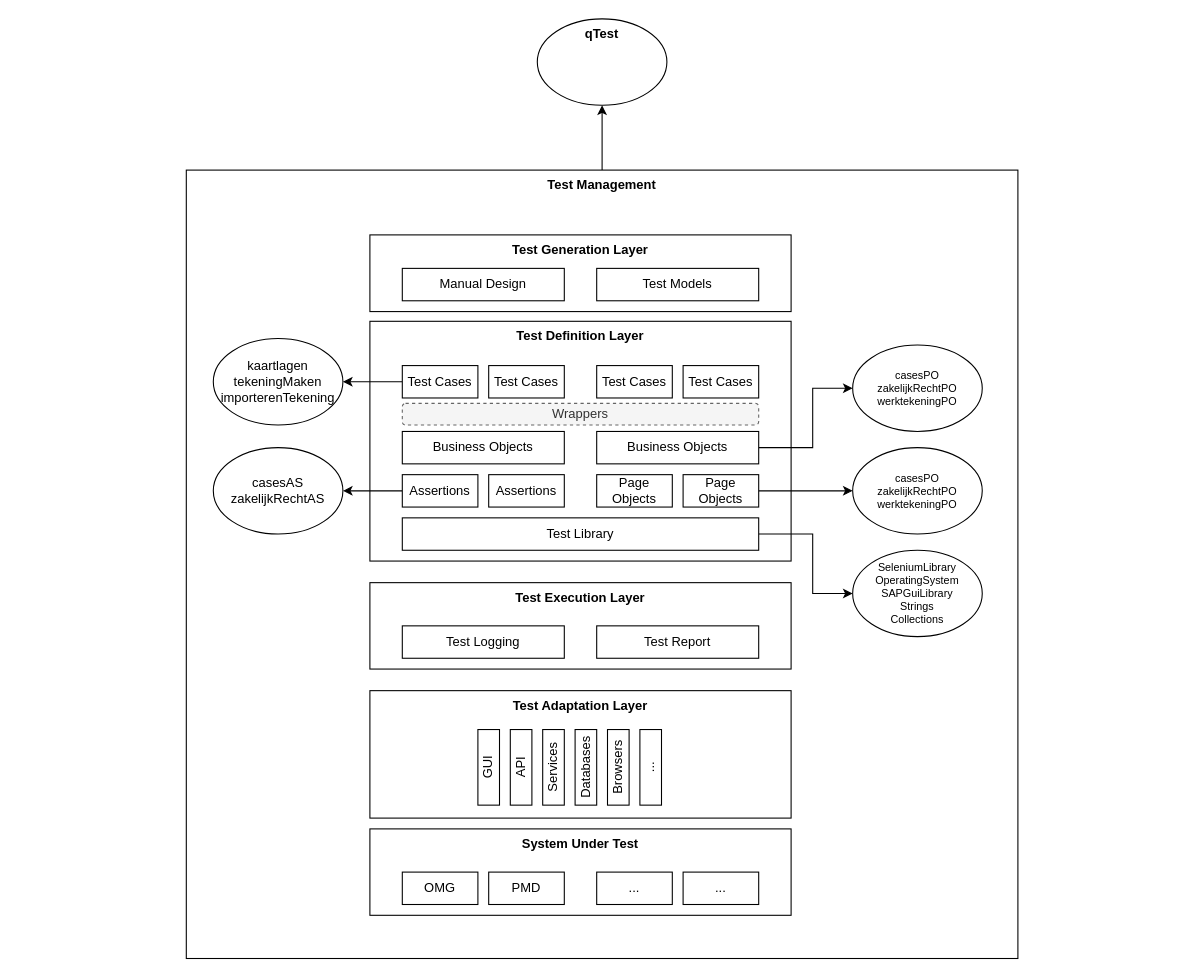
Above: ta.drawio in yusufkaracaburun/drawings (draw.io), before the change. Source tidied: cells renumbered, new cells numbered last; positions are measured from the earlier drawing's top-left corner, leaving out a move shared by most shapes. Both pictures are drawn from the tidied source at 108%, with x=0, y=0 at pixel (186, 18).
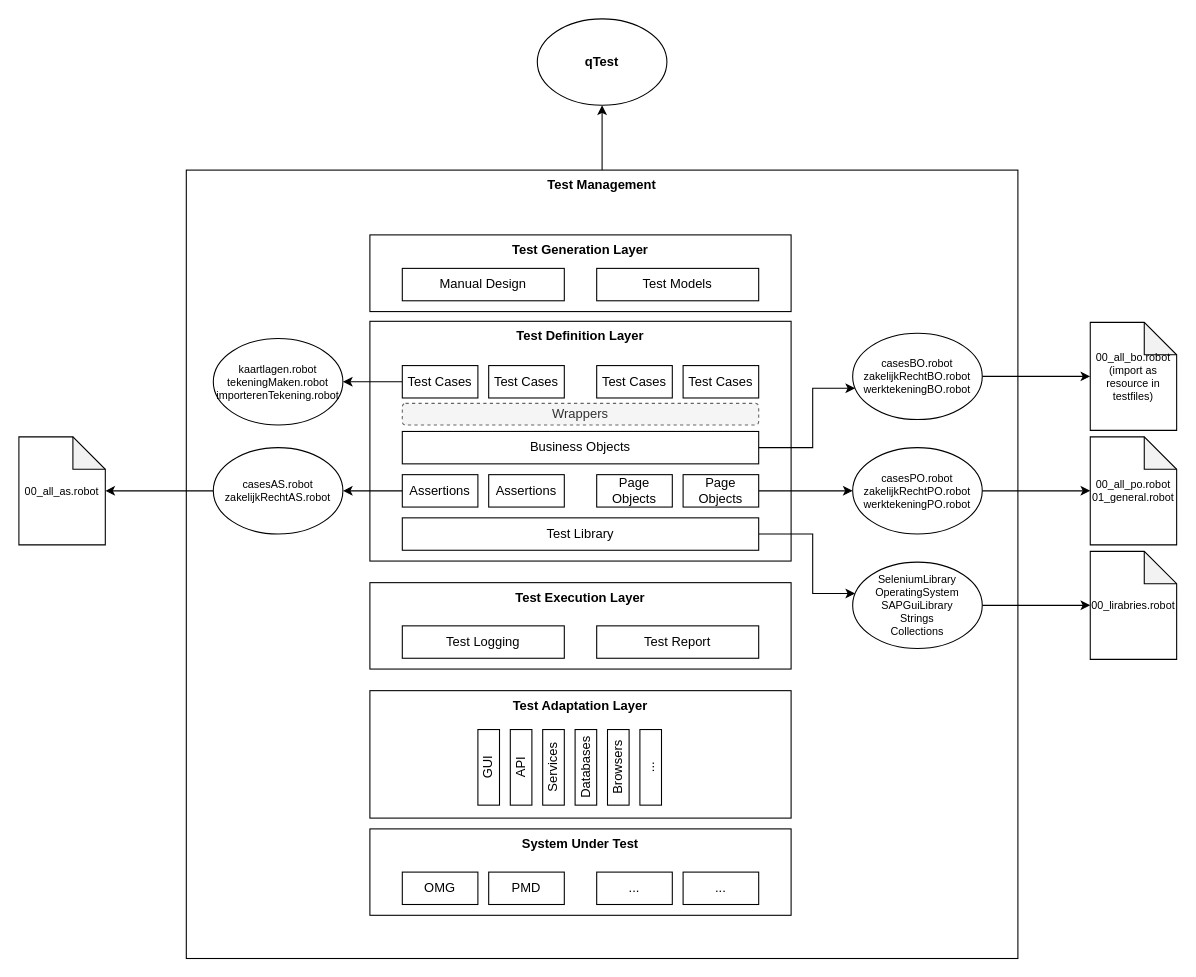
After the change.

Unchanged cells that the change refers to:
```xml
<mxCell id="21" value="Page Objects" style="rounded=0;whiteSpace=wrap;html=1;" parent="1" vertex="1">
  <mxGeometry x="460" y="422" width="70" height="30" as="geometry" />
</mxCell>
<mxCell id="25" value="Assertions" style="rounded=0;whiteSpace=wrap;html=1;" parent="1" vertex="1">
  <mxGeometry x="200" y="422" width="70" height="30" as="geometry" />
</mxCell>
<mxCell id="28" value="Test Cases" style="rounded=0;whiteSpace=wrap;html=1;" parent="1" vertex="1">
  <mxGeometry x="200" y="321" width="70" height="30" as="geometry" />
</mxCell>
```

Change to the diagram source:
```diff
@@
-    <mxCell id="15" style="edgeStyle=orthogonalEdgeStyle;rounded=0;jettySize=auto;html=1;fontSize=10;" parent="1" edge="1" source="16" target="23">
-      <mxGeometry relative="1" as="geometry">
-        <Array as="points">
-          <mxPoint x="580" y="397" />
-          <mxPoint x="580" y="342" />
-        </Array>
-      </mxGeometry>
-    </mxCell>
-    <mxCell id="16" value="Business Objects" style="rounded=0;whiteSpace=wrap;html=1;" parent="1" vertex="1">
-      <mxGeometry x="380" y="382" width="150" height="30" as="geometry" />
-    </mxCell>
+    <mxCell id="46" style="edgeStyle=orthogonalEdgeStyle;rounded=0;jettySize=auto;html=1;fontSize=10;" parent="1" edge="1" source="47" target="53">
+      <mxGeometry relative="1" as="geometry">
+        <Array as="points">
+          <mxPoint x="580" y="397" />
+          <mxPoint x="580" y="342" />
+        </Array>
+      </mxGeometry>
+    </mxCell>
+    <mxCell id="47" value="Business Objects" style="rounded=0;whiteSpace=wrap;html=1;" parent="1" vertex="1">
+      <mxGeometry x="200" y="382" width="330" height="30" as="geometry" />
+    </mxCell>
@@
+    <mxCell id="48" style="edgeStyle=orthogonalEdgeStyle;rounded=0;jettySize=auto;html=1;" parent="1" edge="1" source="19" target="59">
+      <mxGeometry relative="1" as="geometry" />
+    </mxCell>
     <mxCell id="19" value="SeleniumLibrary&lt;br style=&quot;font-size: 10px;&quot;&gt;OperatingSystem&lt;br style=&quot;font-size: 10px;&quot;&gt;SAPGuiLibrary&lt;br style=&quot;font-size: 10px;&quot;&gt;Strings&lt;br style=&quot;font-size: 10px;&quot;&gt;Collections" style="ellipse;whiteSpace=wrap;html=1;rounded=0;fontSize=10;" parent="1" vertex="1">
-      <mxGeometry x="617" y="492" width="120" height="80" as="geometry" />
+      <mxGeometry x="617" y="503" width="120" height="80" as="geometry" />
     </mxCell>
-    <mxCell id="20" style="edgeStyle=orthogonalEdgeStyle;rounded=0;jettySize=auto;html=1;fontSize=10;" parent="1" edge="1" source="21" target="22">
-      <mxGeometry relative="1" as="geometry" />
-    </mxCell>
+    <mxCell id="49" style="edgeStyle=orthogonalEdgeStyle;rounded=0;jettySize=auto;html=1;fontSize=10;" parent="1" edge="1" source="21" target="51">
+      <mxGeometry relative="1" as="geometry" />
+    </mxCell>
@@
-    <mxCell id="22" value="casesPO&lt;br&gt;zakelijkRechtPO&lt;br&gt;werktekeningPO" style="ellipse;whiteSpace=wrap;html=1;rounded=0;fontSize=10;" parent="1" vertex="1">
-      <mxGeometry x="617" y="397" width="120" height="80" as="geometry" />
-    </mxCell>
-    <mxCell id="23" value="casesPO&lt;br&gt;zakelijkRechtPO&lt;br&gt;werktekeningPO" style="ellipse;whiteSpace=wrap;html=1;rounded=0;fontSize=10;" parent="1" vertex="1">
-      <mxGeometry x="617" y="302" width="120" height="80" as="geometry" />
-    </mxCell>
-    <mxCell id="24" style="edgeStyle=orthogonalEdgeStyle;rounded=0;jettySize=auto;html=1;fontSize=10;" parent="1" edge="1" source="25" target="26">
-      <mxGeometry relative="1" as="geometry" />
-    </mxCell>
+    <mxCell id="50" style="edgeStyle=orthogonalEdgeStyle;rounded=0;jettySize=auto;html=1;" parent="1" edge="1" source="51" target="60">
+      <mxGeometry relative="1" as="geometry" />
+    </mxCell>
+    <mxCell id="51" value="casesPO.robot&lt;br&gt;zakelijkRechtPO.robot&lt;br&gt;werktekeningPO.robot" style="ellipse;whiteSpace=wrap;html=1;rounded=0;fontSize=10;" parent="1" vertex="1">
+      <mxGeometry x="617" y="397" width="120" height="80" as="geometry" />
+    </mxCell>
+    <mxCell id="52" style="edgeStyle=orthogonalEdgeStyle;rounded=0;jettySize=auto;html=1;" parent="1" edge="1" source="53" target="61">
+      <mxGeometry relative="1" as="geometry" />
+    </mxCell>
+    <mxCell id="53" value="casesBO.robot&lt;br&gt;zakelijkRechtBO.robot&lt;br&gt;werktekeningBO.robot" style="ellipse;whiteSpace=wrap;html=1;rounded=0;fontSize=10;" parent="1" vertex="1">
+      <mxGeometry x="617" y="291" width="120" height="80" as="geometry" />
+    </mxCell>
+    <mxCell id="54" style="edgeStyle=orthogonalEdgeStyle;rounded=0;jettySize=auto;html=1;fontSize=10;" parent="1" edge="1" source="25" target="56">
+      <mxGeometry relative="1" as="geometry" />
+    </mxCell>
@@
-    <mxCell id="26" value="casesAS&lt;br&gt;zakelijkRechtAS" style="ellipse;whiteSpace=wrap;html=1;rounded=0;" parent="1" vertex="1">
-      <mxGeometry x="25" y="397" width="120" height="80" as="geometry" />
-    </mxCell>
-    <mxCell id="27" style="edgeStyle=orthogonalEdgeStyle;rounded=0;jettySize=auto;html=1;fontSize=10;" parent="1" edge="1" source="28" target="29">
-      <mxGeometry relative="1" as="geometry" />
-    </mxCell>
+    <mxCell id="55" style="edgeStyle=orthogonalEdgeStyle;rounded=0;jettySize=auto;html=1;" parent="1" edge="1" source="56" target="62">
+      <mxGeometry relative="1" as="geometry" />
+    </mxCell>
+    <mxCell id="56" value="casesAS.robot&lt;br style=&quot;font-size: 10px&quot;&gt;zakelijkRechtAS.robot" style="ellipse;whiteSpace=wrap;html=1;rounded=0;fontSize=10;" parent="1" vertex="1">
+      <mxGeometry x="25" y="397" width="120" height="80" as="geometry" />
+    </mxCell>
+    <mxCell id="57" style="edgeStyle=orthogonalEdgeStyle;rounded=0;jettySize=auto;html=1;fontSize=10;" parent="1" edge="1" source="28" target="58">
+      <mxGeometry relative="1" as="geometry" />
+    </mxCell>
@@
-    <mxCell id="29" value="kaartlagen&lt;br&gt;tekeningMaken&lt;br&gt;importerenTekening" style="ellipse;whiteSpace=wrap;html=1;rounded=0;" parent="1" vertex="1">
-      <mxGeometry x="25" y="296" width="120" height="80" as="geometry" />
-    </mxCell>
+    <mxCell id="58" value="kaartlagen.robot&lt;br style=&quot;font-size: 10px&quot;&gt;tekeningMaken.robot&lt;br style=&quot;font-size: 10px&quot;&gt;importerenTekening.robot" style="ellipse;whiteSpace=wrap;html=1;rounded=0;fontSize=10;" parent="1" vertex="1">
+      <mxGeometry x="25" y="296" width="120" height="80" as="geometry" />
+    </mxCell>
@@
-    <mxCell id="31" value="Business Objects" style="rounded=0;whiteSpace=wrap;html=1;" parent="1" vertex="1">
-      <mxGeometry x="200" y="382" width="150" height="30" as="geometry" />
-    </mxCell>
@@
-    <mxCell id="44" value="qTest" style="ellipse;whiteSpace=wrap;html=1;rounded=0;fontStyle=1;verticalAlign=top;" parent="1" vertex="1">
+    <mxCell id="44" value="qTest" style="ellipse;whiteSpace=wrap;html=1;rounded=0;fontStyle=1;verticalAlign=middle;" parent="1" vertex="1">
       <mxGeometry x="325" width="120" height="80" as="geometry" />
     </mxCell>
@@
+    <mxCell id="59" value="00_lirabries.robot" style="shape=note;whiteSpace=wrap;html=1;backgroundOutline=1;darkOpacity=0.05;rounded=0;fontSize=10;" parent="1" vertex="1">
+      <mxGeometry x="837" y="493" width="80" height="100" as="geometry" />
+    </mxCell>
+    <mxCell id="60" value="00_all_po.robot&lt;br&gt;01_general.robot" style="shape=note;whiteSpace=wrap;html=1;backgroundOutline=1;darkOpacity=0.05;rounded=0;fontSize=10;" parent="1" vertex="1">
+      <mxGeometry x="837" y="387" width="80" height="100" as="geometry" />
+    </mxCell>
+    <mxCell id="61" value="00_all_bo.robot&lt;br&gt;(import as resource in testfiles)" style="shape=note;whiteSpace=wrap;html=1;backgroundOutline=1;darkOpacity=0.05;rounded=0;fontSize=10;" parent="1" vertex="1">
+      <mxGeometry x="837" y="281" width="80" height="100" as="geometry" />
+    </mxCell>
+    <mxCell id="62" value="00_all_as.robot" style="shape=note;whiteSpace=wrap;html=1;backgroundOutline=1;darkOpacity=0.05;rounded=0;fontSize=10;" parent="1" vertex="1">
+      <mxGeometry x="-155" y="387" width="80" height="100" as="geometry" />
+    </mxCell>
```
